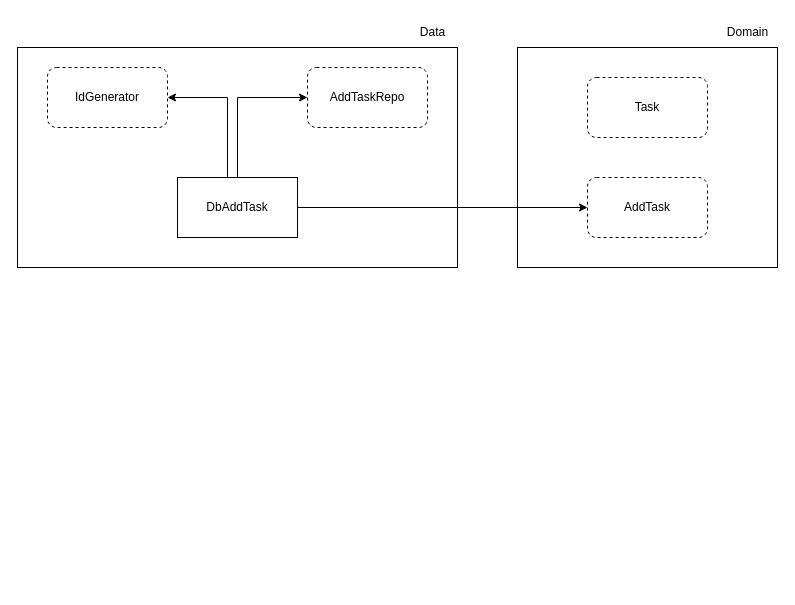
Above: docs/diagram.drawio in mrbrunelli/clean-arch-tasks-example (draw.io), before the change. Source tidied: cells renumbered, new cells numbered last; positions are measured from the earlier drawing's top-left corner, leaving out a move shared by most shapes. Both pictures are drawn from the tidied source at 100%, with x=0, y=0 at pixel (17, 17).
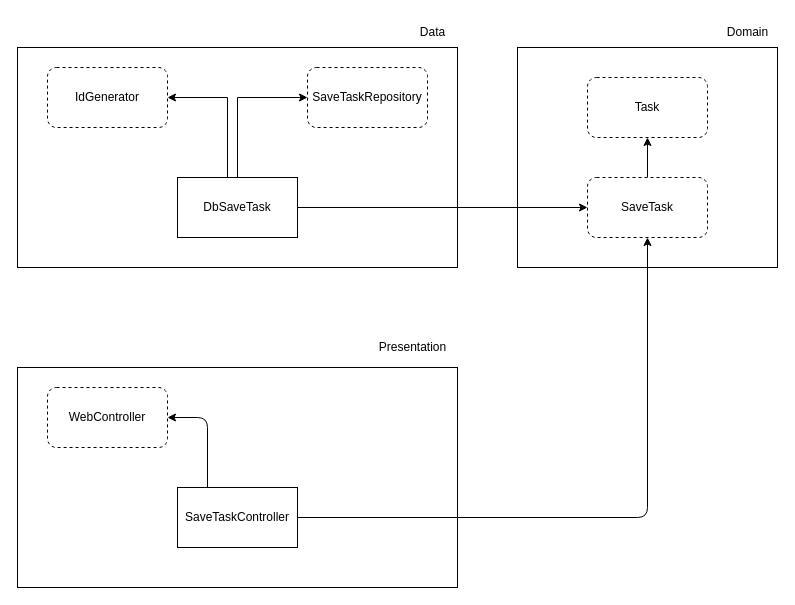
Above is the later version.

Commit message:
add presentation layer

Unchanged cells that the change refers to:
```xml
<mxCell id="4" value="Task" style="rounded=1;whiteSpace=wrap;html=1;dashed=1;" parent="1" vertex="1">
  <mxGeometry x="570" y="60" width="120" height="60" as="geometry" />
</mxCell>
```

Change to the diagram source:
```diff
@@
+    <mxCell id="14" style="edgeStyle=none;html=1;exitX=0.5;exitY=0;exitDx=0;exitDy=0;" parent="1" edge="1" source="5" target="4">
+      <mxGeometry relative="1" as="geometry" />
+    </mxCell>
-    <mxCell id="5" value="AddTask" style="rounded=1;whiteSpace=wrap;html=1;dashed=1;" parent="1" vertex="1">
+    <mxCell id="5" value="SaveTask" style="rounded=1;whiteSpace=wrap;html=1;dashed=1;" parent="1" vertex="1">
       <mxGeometry x="570" y="160" width="120" height="60" as="geometry" />
     </mxCell>
@@
-    <mxCell id="11" value="DbAddTask" style="rounded=0;whiteSpace=wrap;html=1;" parent="1" vertex="1">
+    <mxCell id="11" value="DbSaveTask" style="rounded=0;whiteSpace=wrap;html=1;" parent="1" vertex="1">
       <mxGeometry x="160" y="160" width="120" height="60" as="geometry" />
     </mxCell>
-    <mxCell id="12" value="AddTaskRepo" style="rounded=1;whiteSpace=wrap;html=1;dashed=1;" parent="1" vertex="1">
+    <mxCell id="12" value="SaveTaskRepository" style="rounded=1;whiteSpace=wrap;html=1;dashed=1;" parent="1" vertex="1">
       <mxGeometry x="290" y="50" width="120" height="60" as="geometry" />
     </mxCell>
@@
+    <mxCell id="15" style="rounded=0;whiteSpace=wrap;html=1;" parent="1" vertex="1">
+      <mxGeometry y="350" width="440" height="220" as="geometry" />
+    </mxCell>
+    <mxCell id="16" value="Presentation" style="text;html=1;align=center;verticalAlign=middle;strokeColor=none;fillColor=none;" parent="1" vertex="1">
+      <mxGeometry x="350" y="315" width="90" height="30" as="geometry" />
+    </mxCell>
+    <mxCell id="17" value="WebController" style="rounded=1;whiteSpace=wrap;html=1;dashed=1;" parent="1" vertex="1">
+      <mxGeometry x="30" y="370" width="120" height="60" as="geometry" />
+    </mxCell>
+    <mxCell id="18" style="edgeStyle=none;html=1;exitX=1;exitY=0.5;exitDx=0;exitDy=0;entryX=0.5;entryY=1;entryDx=0;entryDy=0;" parent="1" edge="1" source="20" target="5">
+      <mxGeometry relative="1" as="geometry">
+        <Array as="points">
+          <mxPoint x="630" y="500" />
+        </Array>
+      </mxGeometry>
+    </mxCell>
+    <mxCell id="19" style="edgeStyle=none;html=1;exitX=0.25;exitY=0;exitDx=0;exitDy=0;entryX=1;entryY=0.5;entryDx=0;entryDy=0;" parent="1" edge="1" source="20" target="17">
+      <mxGeometry relative="1" as="geometry">
+        <Array as="points">
+          <mxPoint x="190" y="400" />
+        </Array>
+      </mxGeometry>
+    </mxCell>
+    <mxCell id="20" value="SaveTaskController" style="rounded=0;whiteSpace=wrap;html=1;" parent="1" vertex="1">
+      <mxGeometry x="160" y="470" width="120" height="60" as="geometry" />
+    </mxCell>
```
